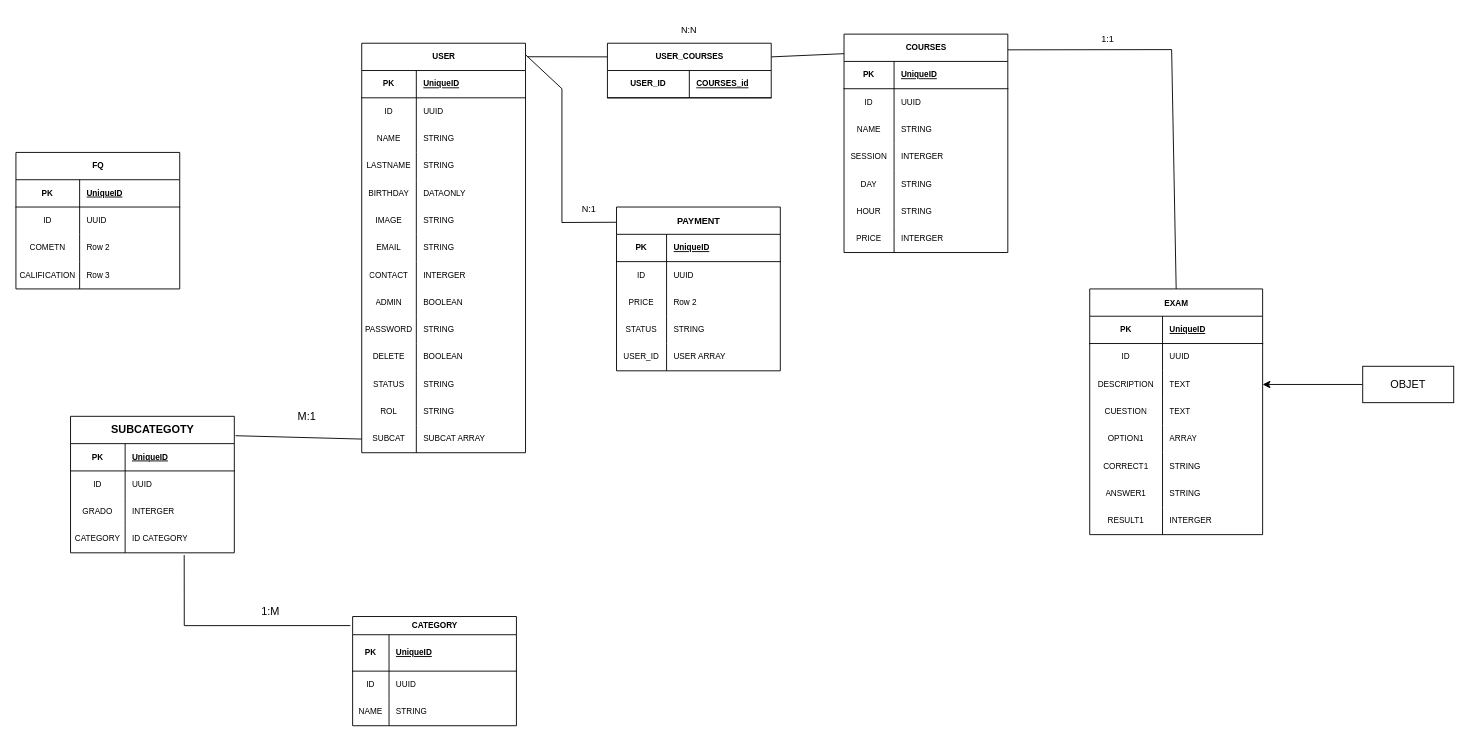
Earlier version of the draw.io diagram Diagrama sin título.drawio (AndresAndrada/AndresAndrada). Source tidied: cells renumbered, new cells numbered last; positions are measured from the earlier drawing's top-left corner, leaving out a move shared by most shapes. Both pictures are drawn from the tidied source at 91%, with x=0, y=0 at pixel (15, 15).
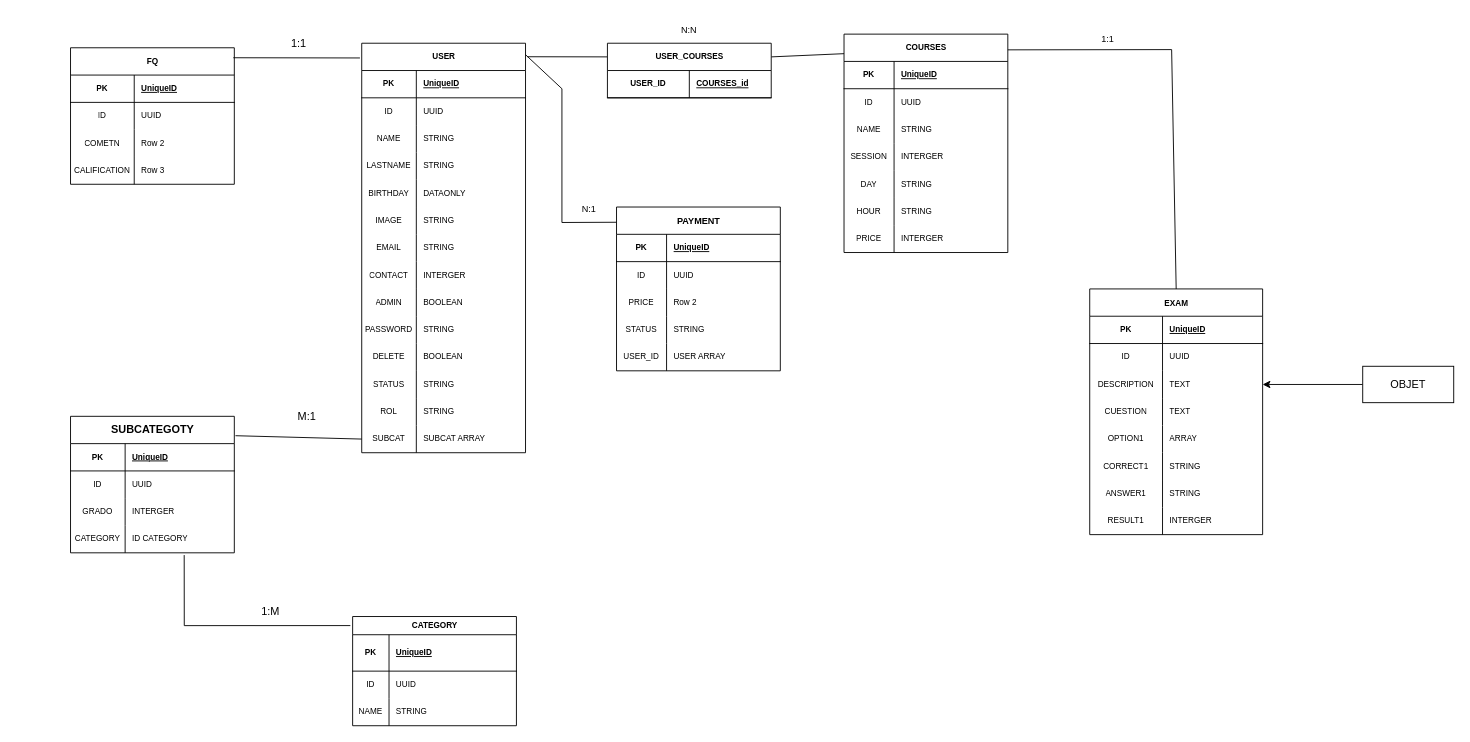
Above is the later version.

The change refers to these unchanged cells:
```xml
<mxCell id="4" value="USER" style="shape=table;startSize=30;childLayout=tableLayout;rowLines=0;fontStyle=1;align=center;html=1;labelBorderColor=none;fontSize=9;" parent="1" vertex="1">
  <mxGeometry x="380" y="30" width="180" height="450" as="geometry" />
</mxCell>
```

The edit, as a diff of the source:
```diff
@@
     <mxCell id="148" value="FQ" style="shape=table;startSize=30;childLayout=tableLayout;rowLines=0;fontStyle=1;align=center;html=1;fontSize=9;" parent="1" vertex="1">
-      <mxGeometry y="150" width="180" height="150" as="geometry" />
+      <mxGeometry x="60" y="35" width="180" height="150" as="geometry" />
     </mxCell>
@@
+    <mxCell id="161" style="endArrow=none;html=1;rounded=0;entryX=0.994;entryY=0.073;entryDx=0;entryDy=0;entryPerimeter=0;exitX=-0.011;exitY=0.036;exitDx=0;exitDy=0;exitPerimeter=0;" parent="1" edge="1" source="4" target="148">
+      <mxGeometry relative="1" as="geometry" />
+    </mxCell>
+    <mxCell id="162" value="1:1" style="text;strokeColor=none;align=center;fillColor=none;html=1;verticalAlign=middle;whiteSpace=wrap;rounded=0;" parent="1" vertex="1">
+      <mxGeometry x="281" y="16" width="60" height="30" as="geometry" />
+    </mxCell>
```
